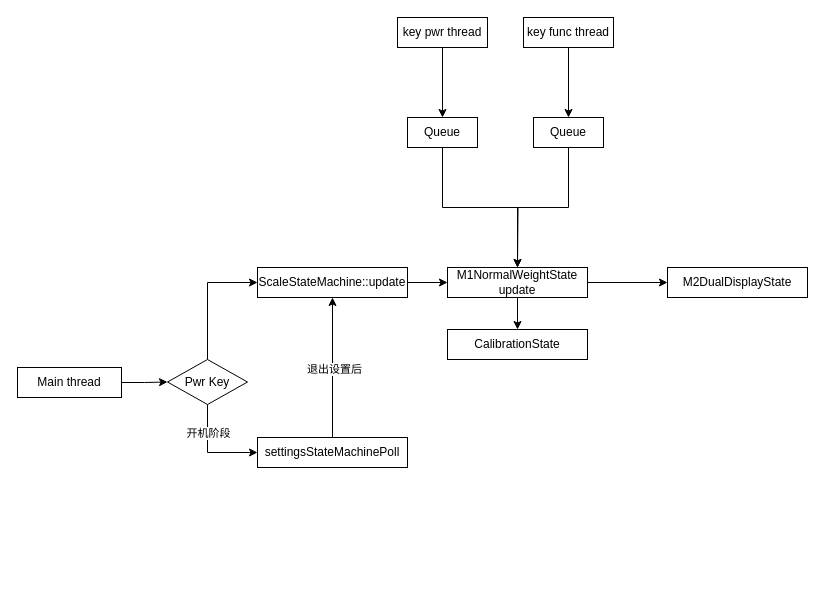
Earlier version of the draw.io diagram CoffeeWs/未命名绘图.drawio (mailonghua/drawio). Source tidied: cells renumbered, new cells numbered last; positions are measured from the earlier drawing's top-left corner, leaving out a move shared by most shapes. Both pictures are drawn from the tidied source at 100%, with x=0, y=0 at pixel (17, 17).
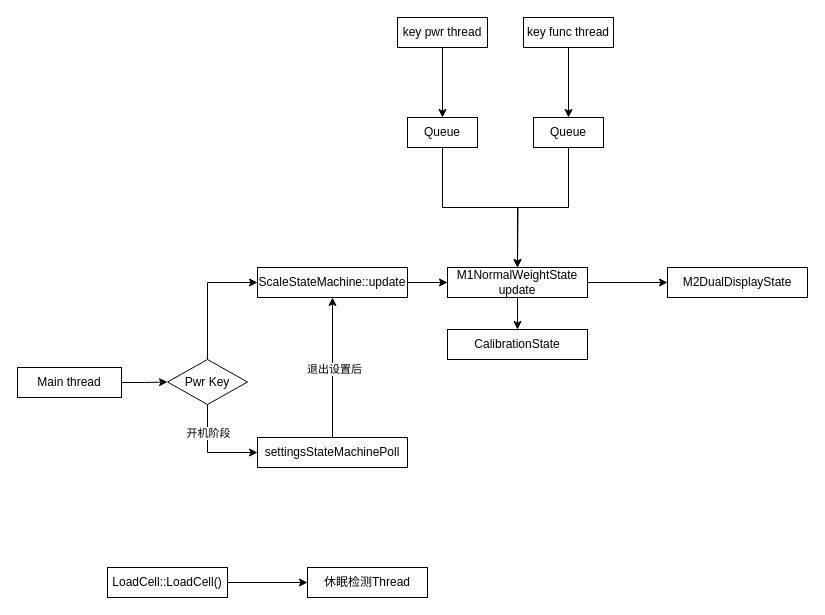
Above is the later version.

Commit message:
更新未命名绘图.drawio

Diff of the diagram source:
```diff
@@
+    <mxCell id="26" style="edgeStyle=orthogonalEdgeStyle;rounded=0;jettySize=auto;html=1;" parent="1" edge="1" source="27" target="28">
+      <mxGeometry relative="1" as="geometry" />
+    </mxCell>
+    <mxCell id="27" value="LoadCell::LoadCell()" style="rounded=0;whiteSpace=wrap;html=1;" parent="1" vertex="1">
+      <mxGeometry x="90" y="550" width="120" height="30" as="geometry" />
+    </mxCell>
+    <mxCell id="28" value="休眠检测Thread" style="rounded=0;whiteSpace=wrap;html=1;" parent="1" vertex="1">
+      <mxGeometry x="290" y="550" width="120" height="30" as="geometry" />
+    </mxCell>
```
